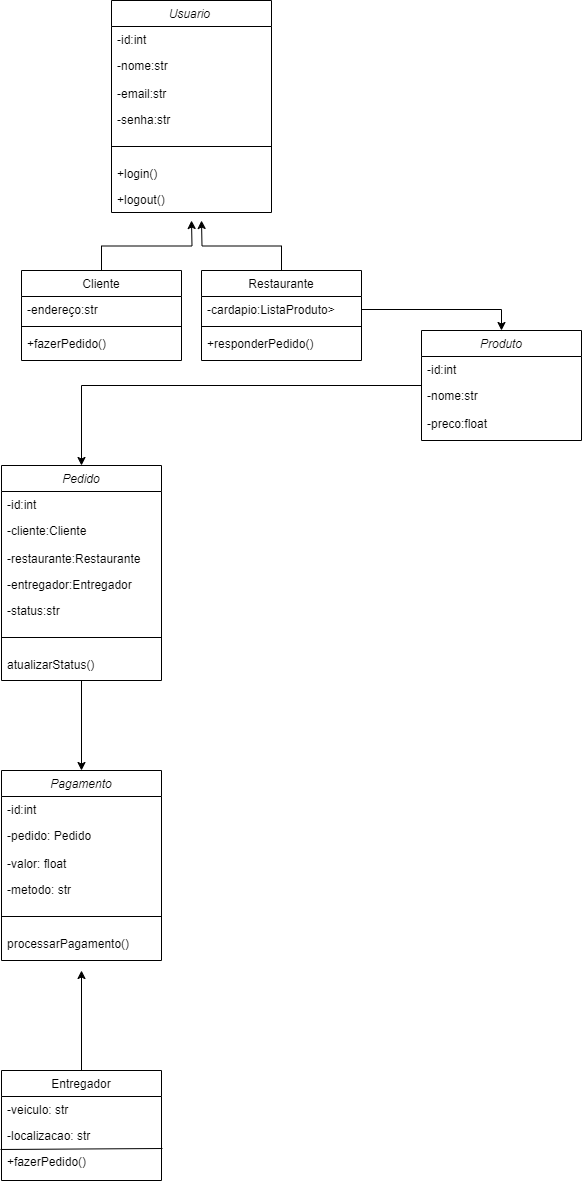
Before: Diagrama de classes DSC.png, a diagram exported from draw.io (luisfelipesantiago/Diagrama-de-classes). Source tidied: cells renumbered, new cells last; positions are measured from the earlier drawing's top-left corner, leaving out a move shared by most shapes.
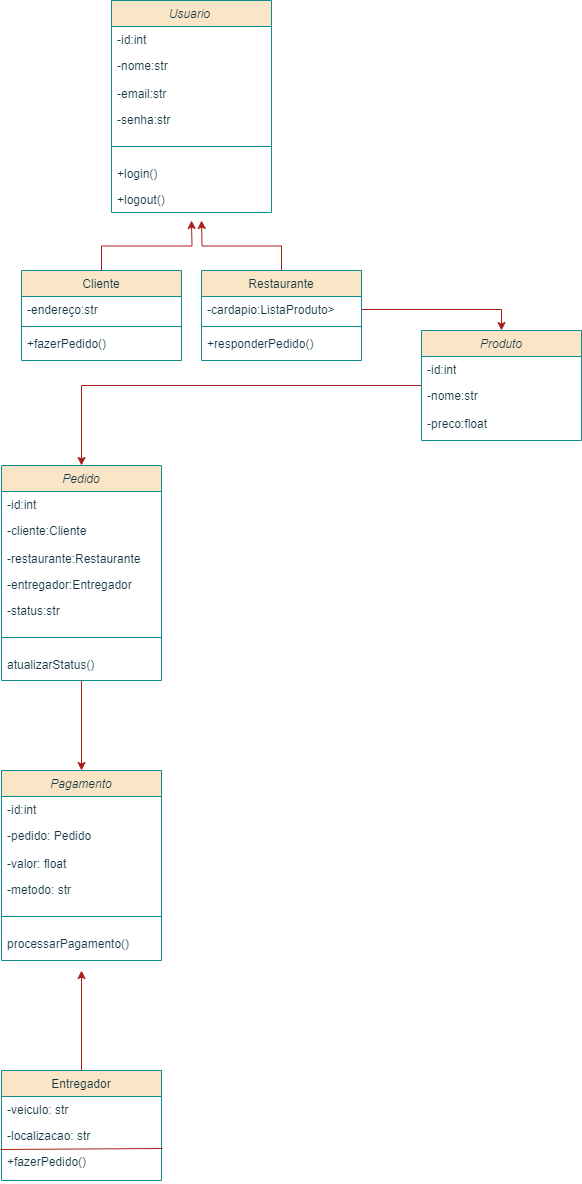
Above is the later version.

The edit, as a diff of the source:
```diff
@@ -2,148 +2,148 @@
   <root>
     <mxCell id="0" />
     <mxCell id="1" parent="0" />
-    <mxCell id="2" value="Usuario " style="swimlane;fontStyle=2;align=center;verticalAlign=top;horizontal=1;startSize=26;rounded=0;shadow=0;strokeWidth=1;" parent="1" vertex="1">
+    <mxCell id="2" value="Usuario " style="swimlane;fontStyle=2;align=center;verticalAlign=top;horizontal=1;startSize=26;rounded=0;shadow=0;strokeWidth=1;labelBackgroundColor=none;fillColor=#FAE5C7;strokeColor=#0F8B8D;fontColor=#143642;" parent="1" vertex="1">
       <mxGeometry x="110" width="160" height="212" as="geometry" />
     </mxCell>
-    <mxCell id="3" value="-id:int" style="text;align=left;verticalAlign=top;spacingLeft=4;spacingRight=4;overflow=hidden;" parent="2" vertex="1">
+    <mxCell id="3" value="-id:int" style="text;align=left;verticalAlign=top;spacingLeft=4;spacingRight=4;overflow=hidden;labelBackgroundColor=none;fontColor=#143642;" parent="2" vertex="1">
       <mxGeometry y="26" width="160" height="26" as="geometry" />
     </mxCell>
-    <mxCell id="4" value="-nome:str" style="text;align=left;verticalAlign=top;spacingLeft=4;spacingRight=4;overflow=hidden;rounded=0;shadow=0;html=0;" parent="2" vertex="1">
+    <mxCell id="4" value="-nome:str" style="text;align=left;verticalAlign=top;spacingLeft=4;spacingRight=4;overflow=hidden;rounded=0;shadow=0;html=0;labelBackgroundColor=none;fontColor=#143642;" parent="2" vertex="1">
       <mxGeometry y="52" width="160" height="28" as="geometry" />
     </mxCell>
-    <mxCell id="5" value="-email:str&#10;" style="text;align=left;verticalAlign=top;spacingLeft=4;spacingRight=4;overflow=hidden;rounded=0;shadow=0;html=0;" parent="2" vertex="1">
+    <mxCell id="5" value="-email:str&#10;" style="text;align=left;verticalAlign=top;spacingLeft=4;spacingRight=4;overflow=hidden;rounded=0;shadow=0;html=0;labelBackgroundColor=none;fontColor=#143642;" parent="2" vertex="1">
       <mxGeometry y="80" width="160" height="26" as="geometry" />
     </mxCell>
-    <mxCell id="6" value="-senha:str&#10;" style="text;align=left;verticalAlign=top;spacingLeft=4;spacingRight=4;overflow=hidden;rounded=0;shadow=0;html=0;" parent="2" vertex="1">
+    <mxCell id="6" value="-senha:str&#10;" style="text;align=left;verticalAlign=top;spacingLeft=4;spacingRight=4;overflow=hidden;rounded=0;shadow=0;html=0;labelBackgroundColor=none;fontColor=#143642;" parent="2" vertex="1">
       <mxGeometry y="106" width="160" height="26" as="geometry" />
     </mxCell>
-    <mxCell id="7" style="line;html=1;strokeWidth=1;align=left;verticalAlign=middle;spacingTop=-1;spacingLeft=3;spacingRight=3;labelPosition=right;" parent="2" vertex="1">
+    <mxCell id="7" style="line;html=1;strokeWidth=1;align=left;verticalAlign=middle;spacingTop=-1;spacingLeft=3;spacingRight=3;labelPosition=right;labelBackgroundColor=none;fillColor=#FAE5C7;strokeColor=#0F8B8D;fontColor=#143642;" parent="2" vertex="1">
       <mxGeometry y="132" width="160" height="28" as="geometry" />
     </mxCell>
-    <mxCell id="8" value="+login()" style="text;align=left;verticalAlign=top;spacingLeft=4;spacingRight=4;overflow=hidden;rounded=0;shadow=0;html=0;" parent="2" vertex="1">
+    <mxCell id="8" value="+login()" style="text;align=left;verticalAlign=top;spacingLeft=4;spacingRight=4;overflow=hidden;rounded=0;shadow=0;html=0;labelBackgroundColor=none;fontColor=#143642;" parent="2" vertex="1">
       <mxGeometry y="160" width="160" height="26" as="geometry" />
     </mxCell>
-    <mxCell id="9" value="+logout()" style="text;align=left;verticalAlign=top;spacingLeft=4;spacingRight=4;overflow=hidden;rounded=0;shadow=0;html=0;" parent="2" vertex="1">
+    <mxCell id="9" value="+logout()" style="text;align=left;verticalAlign=top;spacingLeft=4;spacingRight=4;overflow=hidden;rounded=0;shadow=0;html=0;labelBackgroundColor=none;fontColor=#143642;" parent="2" vertex="1">
       <mxGeometry y="186" width="160" height="26" as="geometry" />
     </mxCell>
-    <mxCell id="10" style="edgeStyle=orthogonalEdgeStyle;rounded=0;jettySize=auto;html=1;exitX=0.5;exitY=0;exitDx=0;exitDy=0;" parent="1" edge="1" source="11">
+    <mxCell id="10" style="edgeStyle=orthogonalEdgeStyle;rounded=0;jettySize=auto;html=1;exitX=0.5;exitY=0;exitDx=0;exitDy=0;labelBackgroundColor=none;strokeColor=#A8201A;fontColor=default;" parent="1" edge="1" source="11">
       <mxGeometry relative="1" as="geometry">
         <mxPoint x="190" y="220" as="targetPoint" />
       </mxGeometry>
     </mxCell>
-    <mxCell id="11" value="Cliente" style="swimlane;fontStyle=0;align=center;verticalAlign=top;horizontal=1;startSize=26;rounded=0;shadow=0;strokeWidth=1;" parent="1" vertex="1">
+    <mxCell id="11" value="Cliente" style="swimlane;fontStyle=0;align=center;verticalAlign=top;horizontal=1;startSize=26;rounded=0;shadow=0;strokeWidth=1;labelBackgroundColor=none;fillColor=#FAE5C7;strokeColor=#0F8B8D;fontColor=#143642;" parent="1" vertex="1">
       <mxGeometry x="20" y="270" width="160" height="90" as="geometry" />
     </mxCell>
-    <mxCell id="12" value="-endereço:str" style="text;align=left;verticalAlign=top;spacingLeft=4;spacingRight=4;overflow=hidden;" parent="11" vertex="1">
+    <mxCell id="12" value="-endereço:str" style="text;align=left;verticalAlign=top;spacingLeft=4;spacingRight=4;overflow=hidden;labelBackgroundColor=none;fontColor=#143642;" parent="11" vertex="1">
       <mxGeometry y="26" width="160" height="26" as="geometry" />
     </mxCell>
-    <mxCell id="13" style="line;html=1;strokeWidth=1;align=left;verticalAlign=middle;spacingTop=-1;spacingLeft=3;spacingRight=3;labelPosition=right;" parent="11" vertex="1">
+    <mxCell id="13" style="line;html=1;strokeWidth=1;align=left;verticalAlign=middle;spacingTop=-1;spacingLeft=3;spacingRight=3;labelPosition=right;labelBackgroundColor=none;fillColor=#FAE5C7;strokeColor=#0F8B8D;fontColor=#143642;" parent="11" vertex="1">
       <mxGeometry y="52" width="160" height="8" as="geometry" />
     </mxCell>
-    <mxCell id="14" value="+fazerPedido()" style="text;align=left;verticalAlign=top;spacingLeft=4;spacingRight=4;overflow=hidden;" parent="11" vertex="1">
+    <mxCell id="14" value="+fazerPedido()" style="text;align=left;verticalAlign=top;spacingLeft=4;spacingRight=4;overflow=hidden;labelBackgroundColor=none;fontColor=#143642;" parent="11" vertex="1">
       <mxGeometry y="60" width="160" height="26" as="geometry" />
     </mxCell>
-    <mxCell id="15" style="edgeStyle=orthogonalEdgeStyle;rounded=0;jettySize=auto;html=1;" parent="1" edge="1" source="16">
+    <mxCell id="15" style="edgeStyle=orthogonalEdgeStyle;rounded=0;jettySize=auto;html=1;labelBackgroundColor=none;strokeColor=#A8201A;fontColor=default;" parent="1" edge="1" source="16">
       <mxGeometry relative="1" as="geometry">
         <mxPoint x="200" y="220" as="targetPoint" />
       </mxGeometry>
     </mxCell>
-    <mxCell id="16" value="Restaurante" style="swimlane;fontStyle=0;align=center;verticalAlign=top;horizontal=1;startSize=26;rounded=0;shadow=0;strokeWidth=1;" parent="1" vertex="1">
+    <mxCell id="16" value="Restaurante" style="swimlane;fontStyle=0;align=center;verticalAlign=top;horizontal=1;startSize=26;rounded=0;shadow=0;strokeWidth=1;labelBackgroundColor=none;fillColor=#FAE5C7;strokeColor=#0F8B8D;fontColor=#143642;" parent="1" vertex="1">
       <mxGeometry x="200" y="270" width="160" height="90" as="geometry" />
     </mxCell>
-    <mxCell id="17" value="-cardapio:ListaProduto&gt;" style="text;align=left;verticalAlign=top;spacingLeft=4;spacingRight=4;overflow=hidden;points=[[0,0.5],[1,0.5]];portConstraint=eastwest;" parent="16" vertex="1">
+    <mxCell id="17" value="-cardapio:ListaProduto&gt;" style="text;align=left;verticalAlign=top;spacingLeft=4;spacingRight=4;overflow=hidden;points=[[0,0.5],[1,0.5]];portConstraint=eastwest;labelBackgroundColor=none;fontColor=#143642;" parent="16" vertex="1">
       <mxGeometry y="26" width="160" height="26" as="geometry" />
     </mxCell>
-    <mxCell id="18" style="line;html=1;strokeWidth=1;align=left;verticalAlign=middle;spacingTop=-1;spacingLeft=3;spacingRight=3;labelPosition=right;" parent="16" vertex="1">
+    <mxCell id="18" style="line;html=1;strokeWidth=1;align=left;verticalAlign=middle;spacingTop=-1;spacingLeft=3;spacingRight=3;labelPosition=right;labelBackgroundColor=none;fillColor=#FAE5C7;strokeColor=#0F8B8D;fontColor=#143642;" parent="16" vertex="1">
       <mxGeometry y="52" width="160" height="8" as="geometry" />
     </mxCell>
-    <mxCell id="19" value="+responderPedido()" style="text;align=left;verticalAlign=top;spacingLeft=4;spacingRight=4;overflow=hidden;" parent="16" vertex="1">
+    <mxCell id="19" value="+responderPedido()" style="text;align=left;verticalAlign=top;spacingLeft=4;spacingRight=4;overflow=hidden;labelBackgroundColor=none;fontColor=#143642;" parent="16" vertex="1">
       <mxGeometry y="60" width="160" height="20" as="geometry" />
     </mxCell>
-    <mxCell id="20" style="edgeStyle=orthogonalEdgeStyle;rounded=0;jettySize=auto;html=1;entryX=0.5;entryY=0;entryDx=0;entryDy=0;" parent="1" edge="1" source="21" target="27">
+    <mxCell id="20" style="edgeStyle=orthogonalEdgeStyle;rounded=0;jettySize=auto;html=1;entryX=0.5;entryY=0;entryDx=0;entryDy=0;labelBackgroundColor=none;strokeColor=#A8201A;fontColor=default;" parent="1" edge="1" source="21" target="27">
       <mxGeometry relative="1" as="geometry" />
     </mxCell>
-    <mxCell id="21" value="Produto" style="swimlane;fontStyle=2;align=center;verticalAlign=top;horizontal=1;startSize=26;rounded=0;shadow=0;strokeWidth=1;" parent="1" vertex="1">
+    <mxCell id="21" value="Produto" style="swimlane;fontStyle=2;align=center;verticalAlign=top;horizontal=1;startSize=26;rounded=0;shadow=0;strokeWidth=1;labelBackgroundColor=none;fillColor=#FAE5C7;strokeColor=#0F8B8D;fontColor=#143642;" parent="1" vertex="1">
       <mxGeometry x="420" y="330" width="160" height="110" as="geometry" />
     </mxCell>
-    <mxCell id="22" value="-id:int" style="text;align=left;verticalAlign=top;spacingLeft=4;spacingRight=4;overflow=hidden;" parent="21" vertex="1">
+    <mxCell id="22" value="-id:int" style="text;align=left;verticalAlign=top;spacingLeft=4;spacingRight=4;overflow=hidden;labelBackgroundColor=none;fontColor=#143642;" parent="21" vertex="1">
       <mxGeometry y="26" width="160" height="26" as="geometry" />
     </mxCell>
-    <mxCell id="23" value="-nome:str" style="text;align=left;verticalAlign=top;spacingLeft=4;spacingRight=4;overflow=hidden;rounded=0;shadow=0;html=0;" parent="21" vertex="1">
+    <mxCell id="23" value="-nome:str" style="text;align=left;verticalAlign=top;spacingLeft=4;spacingRight=4;overflow=hidden;rounded=0;shadow=0;html=0;labelBackgroundColor=none;fontColor=#143642;" parent="21" vertex="1">
       <mxGeometry y="52" width="160" height="28" as="geometry" />
     </mxCell>
-    <mxCell id="24" value="-preco:float" style="text;align=left;verticalAlign=top;spacingLeft=4;spacingRight=4;overflow=hidden;rounded=0;shadow=0;html=0;" parent="21" vertex="1">
+    <mxCell id="24" value="-preco:float" style="text;align=left;verticalAlign=top;spacingLeft=4;spacingRight=4;overflow=hidden;rounded=0;shadow=0;html=0;labelBackgroundColor=none;fontColor=#143642;" parent="21" vertex="1">
       <mxGeometry y="80" width="160" height="26" as="geometry" />
     </mxCell>
-    <mxCell id="25" style="edgeStyle=orthogonalEdgeStyle;rounded=0;jettySize=auto;html=1;exitX=1;exitY=0.5;exitDx=0;exitDy=0;entryX=0.5;entryY=0;entryDx=0;entryDy=0;" parent="1" edge="1" source="17" target="21">
+    <mxCell id="25" style="edgeStyle=orthogonalEdgeStyle;rounded=0;jettySize=auto;html=1;exitX=1;exitY=0.5;exitDx=0;exitDy=0;entryX=0.5;entryY=0;entryDx=0;entryDy=0;labelBackgroundColor=none;strokeColor=#A8201A;fontColor=default;" parent="1" edge="1" source="17" target="21">
       <mxGeometry relative="1" as="geometry" />
     </mxCell>
-    <mxCell id="26" style="edgeStyle=orthogonalEdgeStyle;rounded=0;jettySize=auto;html=1;entryX=0.5;entryY=0;entryDx=0;entryDy=0;" parent="1" edge="1" source="27" target="35">
+    <mxCell id="26" style="edgeStyle=orthogonalEdgeStyle;rounded=0;jettySize=auto;html=1;entryX=0.5;entryY=0;entryDx=0;entryDy=0;labelBackgroundColor=none;strokeColor=#A8201A;fontColor=default;" parent="1" edge="1" source="27" target="35">
       <mxGeometry relative="1" as="geometry" />
     </mxCell>
-    <mxCell id="27" value="Pedido" style="swimlane;fontStyle=2;align=center;verticalAlign=top;horizontal=1;startSize=26;rounded=0;shadow=0;strokeWidth=1;" parent="1" vertex="1">
+    <mxCell id="27" value="Pedido" style="swimlane;fontStyle=2;align=center;verticalAlign=top;horizontal=1;startSize=26;rounded=0;shadow=0;strokeWidth=1;labelBackgroundColor=none;fillColor=#FAE5C7;strokeColor=#0F8B8D;fontColor=#143642;" parent="1" vertex="1">
       <mxGeometry y="465" width="160" height="215" as="geometry" />
     </mxCell>
-    <mxCell id="28" value="-id:int" style="text;align=left;verticalAlign=top;spacingLeft=4;spacingRight=4;overflow=hidden;" parent="27" vertex="1">
+    <mxCell id="28" value="-id:int" style="text;align=left;verticalAlign=top;spacingLeft=4;spacingRight=4;overflow=hidden;labelBackgroundColor=none;fontColor=#143642;" parent="27" vertex="1">
       <mxGeometry y="26" width="160" height="26" as="geometry" />
     </mxCell>
-    <mxCell id="29" value="-cliente:Cliente" style="text;align=left;verticalAlign=top;spacingLeft=4;spacingRight=4;overflow=hidden;rounded=0;shadow=0;html=0;" parent="27" vertex="1">
+    <mxCell id="29" value="-cliente:Cliente" style="text;align=left;verticalAlign=top;spacingLeft=4;spacingRight=4;overflow=hidden;rounded=0;shadow=0;html=0;labelBackgroundColor=none;fontColor=#143642;" parent="27" vertex="1">
       <mxGeometry y="52" width="160" height="28" as="geometry" />
     </mxCell>
-    <mxCell id="30" value="-restaurante:Restaurante" style="text;align=left;verticalAlign=top;spacingLeft=4;spacingRight=4;overflow=hidden;rounded=0;shadow=0;html=0;" parent="27" vertex="1">
+    <mxCell id="30" value="-restaurante:Restaurante" style="text;align=left;verticalAlign=top;spacingLeft=4;spacingRight=4;overflow=hidden;rounded=0;shadow=0;html=0;labelBackgroundColor=none;fontColor=#143642;" parent="27" vertex="1">
       <mxGeometry y="80" width="160" height="26" as="geometry" />
     </mxCell>
-    <mxCell id="31" value="-entregador:Entregador" style="text;align=left;verticalAlign=top;spacingLeft=4;spacingRight=4;overflow=hidden;rounded=0;shadow=0;html=0;" parent="27" vertex="1">
+    <mxCell id="31" value="-entregador:Entregador" style="text;align=left;verticalAlign=top;spacingLeft=4;spacingRight=4;overflow=hidden;rounded=0;shadow=0;html=0;labelBackgroundColor=none;fontColor=#143642;" parent="27" vertex="1">
       <mxGeometry y="106" width="160" height="26" as="geometry" />
     </mxCell>
-    <mxCell id="32" value="-status:str" style="text;align=left;verticalAlign=top;spacingLeft=4;spacingRight=4;overflow=hidden;rounded=0;shadow=0;html=0;" parent="27" vertex="1">
+    <mxCell id="32" value="-status:str" style="text;align=left;verticalAlign=top;spacingLeft=4;spacingRight=4;overflow=hidden;rounded=0;shadow=0;html=0;labelBackgroundColor=none;fontColor=#143642;" parent="27" vertex="1">
       <mxGeometry y="132" width="160" height="26" as="geometry" />
     </mxCell>
-    <mxCell id="33" style="line;html=1;strokeWidth=1;align=left;verticalAlign=middle;spacingTop=-1;spacingLeft=3;spacingRight=3;labelPosition=right;" parent="27" vertex="1">
+    <mxCell id="33" style="line;html=1;strokeWidth=1;align=left;verticalAlign=middle;spacingTop=-1;spacingLeft=3;spacingRight=3;labelPosition=right;labelBackgroundColor=none;fillColor=#FAE5C7;strokeColor=#0F8B8D;fontColor=#143642;" parent="27" vertex="1">
       <mxGeometry y="158" width="160" height="28" as="geometry" />
     </mxCell>
-    <mxCell id="34" value="atualizarStatus()" style="text;align=left;verticalAlign=top;spacingLeft=4;spacingRight=4;overflow=hidden;rounded=0;shadow=0;html=0;" parent="27" vertex="1">
+    <mxCell id="34" value="atualizarStatus()" style="text;align=left;verticalAlign=top;spacingLeft=4;spacingRight=4;overflow=hidden;rounded=0;shadow=0;html=0;labelBackgroundColor=none;fontColor=#143642;" parent="27" vertex="1">
       <mxGeometry y="186" width="160" height="22" as="geometry" />
     </mxCell>
-    <mxCell id="35" value="Pagamento" style="swimlane;fontStyle=2;align=center;verticalAlign=top;horizontal=1;startSize=26;rounded=0;shadow=0;strokeWidth=1;" parent="1" vertex="1">
+    <mxCell id="35" value="Pagamento" style="swimlane;fontStyle=2;align=center;verticalAlign=top;horizontal=1;startSize=26;rounded=0;shadow=0;strokeWidth=1;labelBackgroundColor=none;fillColor=#FAE5C7;strokeColor=#0F8B8D;fontColor=#143642;" parent="1" vertex="1">
       <mxGeometry y="770" width="160" height="190" as="geometry" />
     </mxCell>
-    <mxCell id="36" value="-id:int" style="text;align=left;verticalAlign=top;spacingLeft=4;spacingRight=4;overflow=hidden;" parent="35" vertex="1">
+    <mxCell id="36" value="-id:int" style="text;align=left;verticalAlign=top;spacingLeft=4;spacingRight=4;overflow=hidden;labelBackgroundColor=none;fontColor=#143642;" parent="35" vertex="1">
       <mxGeometry y="26" width="160" height="26" as="geometry" />
     </mxCell>
-    <mxCell id="37" value="-pedido: Pedido" style="text;align=left;verticalAlign=top;spacingLeft=4;spacingRight=4;overflow=hidden;rounded=0;shadow=0;html=0;" parent="35" vertex="1">
+    <mxCell id="37" value="-pedido: Pedido" style="text;align=left;verticalAlign=top;spacingLeft=4;spacingRight=4;overflow=hidden;rounded=0;shadow=0;html=0;labelBackgroundColor=none;fontColor=#143642;" parent="35" vertex="1">
       <mxGeometry y="52" width="160" height="28" as="geometry" />
     </mxCell>
-    <mxCell id="38" value="-valor: float" style="text;align=left;verticalAlign=top;spacingLeft=4;spacingRight=4;overflow=hidden;rounded=0;shadow=0;html=0;" parent="35" vertex="1">
+    <mxCell id="38" value="-valor: float" style="text;align=left;verticalAlign=top;spacingLeft=4;spacingRight=4;overflow=hidden;rounded=0;shadow=0;html=0;labelBackgroundColor=none;fontColor=#143642;" parent="35" vertex="1">
       <mxGeometry y="80" width="160" height="26" as="geometry" />
     </mxCell>
-    <mxCell id="39" value="-metodo: str" style="text;align=left;verticalAlign=top;spacingLeft=4;spacingRight=4;overflow=hidden;rounded=0;shadow=0;html=0;" parent="35" vertex="1">
+    <mxCell id="39" value="-metodo: str" style="text;align=left;verticalAlign=top;spacingLeft=4;spacingRight=4;overflow=hidden;rounded=0;shadow=0;html=0;labelBackgroundColor=none;fontColor=#143642;" parent="35" vertex="1">
       <mxGeometry y="106" width="160" height="26" as="geometry" />
     </mxCell>
-    <mxCell id="40" style="line;html=1;strokeWidth=1;align=left;verticalAlign=middle;spacingTop=-1;spacingLeft=3;spacingRight=3;labelPosition=right;" parent="35" vertex="1">
+    <mxCell id="40" style="line;html=1;strokeWidth=1;align=left;verticalAlign=middle;spacingTop=-1;spacingLeft=3;spacingRight=3;labelPosition=right;labelBackgroundColor=none;fillColor=#FAE5C7;strokeColor=#0F8B8D;fontColor=#143642;" parent="35" vertex="1">
       <mxGeometry y="132" width="160" height="28" as="geometry" />
     </mxCell>
-    <mxCell id="41" value="processarPagamento()" style="text;align=left;verticalAlign=top;spacingLeft=4;spacingRight=4;overflow=hidden;rounded=0;shadow=0;html=0;" parent="35" vertex="1">
+    <mxCell id="41" value="processarPagamento()" style="text;align=left;verticalAlign=top;spacingLeft=4;spacingRight=4;overflow=hidden;rounded=0;shadow=0;html=0;labelBackgroundColor=none;fontColor=#143642;" parent="35" vertex="1">
       <mxGeometry y="160" width="160" height="26" as="geometry" />
     </mxCell>
-    <mxCell id="42" style="edgeStyle=orthogonalEdgeStyle;rounded=0;jettySize=auto;html=1;" parent="1" edge="1" source="43">
+    <mxCell id="42" style="edgeStyle=orthogonalEdgeStyle;rounded=0;jettySize=auto;html=1;labelBackgroundColor=none;strokeColor=#A8201A;fontColor=default;" parent="1" edge="1" source="43">
       <mxGeometry relative="1" as="geometry">
         <mxPoint x="80" y="970" as="targetPoint" />
       </mxGeometry>
     </mxCell>
-    <mxCell id="43" value="Entregador" style="swimlane;fontStyle=0;align=center;verticalAlign=top;horizontal=1;startSize=26;rounded=0;shadow=0;strokeWidth=1;" parent="1" vertex="1">
+    <mxCell id="43" value="Entregador" style="swimlane;fontStyle=0;align=center;verticalAlign=top;horizontal=1;startSize=26;rounded=0;shadow=0;strokeWidth=1;labelBackgroundColor=none;fillColor=#FAE5C7;strokeColor=#0F8B8D;fontColor=#143642;" parent="1" vertex="1">
       <mxGeometry y="1070" width="160" height="110" as="geometry" />
     </mxCell>
-    <mxCell id="44" value="-veiculo: str" style="text;align=left;verticalAlign=top;spacingLeft=4;spacingRight=4;overflow=hidden;" parent="43" vertex="1">
+    <mxCell id="44" value="-veiculo: str" style="text;align=left;verticalAlign=top;spacingLeft=4;spacingRight=4;overflow=hidden;labelBackgroundColor=none;fontColor=#143642;" parent="43" vertex="1">
       <mxGeometry y="26" width="160" height="26" as="geometry" />
     </mxCell>
-    <mxCell id="45" value="-localizacao: str" style="text;align=left;verticalAlign=top;spacingLeft=4;spacingRight=4;overflow=hidden;" parent="43" vertex="1">
+    <mxCell id="45" value="-localizacao: str" style="text;align=left;verticalAlign=top;spacingLeft=4;spacingRight=4;overflow=hidden;labelBackgroundColor=none;fontColor=#143642;" parent="43" vertex="1">
       <mxGeometry y="52" width="160" height="26" as="geometry" />
     </mxCell>
-    <mxCell id="46" style="endArrow=none;html=1;rounded=0;entryX=1.006;entryY=0;entryDx=0;entryDy=0;entryPerimeter=0;exitX=-0.006;exitY=0.031;exitDx=0;exitDy=0;exitPerimeter=0;" parent="43" edge="1" source="47" target="47">
+    <mxCell id="46" style="endArrow=none;html=1;rounded=0;entryX=1.006;entryY=0;entryDx=0;entryDy=0;entryPerimeter=0;exitX=-0.006;exitY=0.031;exitDx=0;exitDy=0;exitPerimeter=0;labelBackgroundColor=none;strokeColor=#A8201A;fontColor=default;" parent="43" edge="1" source="47" target="47">
       <mxGeometry relative="1" as="geometry" />
     </mxCell>
-    <mxCell id="47" value="+fazerPedido()" style="text;align=left;verticalAlign=top;spacingLeft=4;spacingRight=4;overflow=hidden;points=[[0,0.5],[1,0.5]];portConstraint=eastwest;" parent="43" vertex="1">
+    <mxCell id="47" value="+fazerPedido()" style="text;align=left;verticalAlign=top;spacingLeft=4;spacingRight=4;overflow=hidden;points=[[0,0.5],[1,0.5]];portConstraint=eastwest;labelBackgroundColor=none;fontColor=#143642;" parent="43" vertex="1">
       <mxGeometry y="78" width="160" height="32" as="geometry" />
     </mxCell>
   </root>
```
